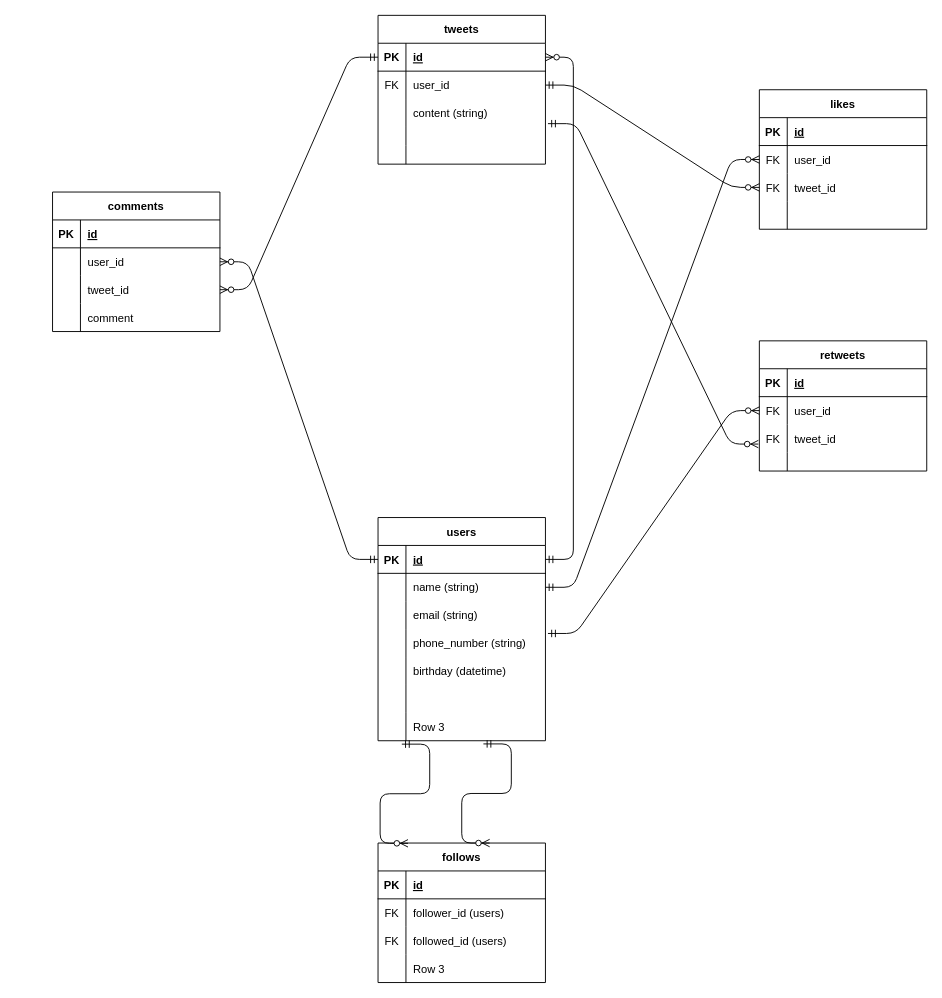
This is rails/x_clone.dio from yuuu1654/daily_report, a draw.io file, before an edit. Source tidied: cells renumbered, new cells numbered last; positions are measured from the earlier drawing's top-left corner, leaving out a move shared by most shapes. Both pictures are drawn from the tidied source at 93%, with x=0, y=0 at pixel (52, 15).
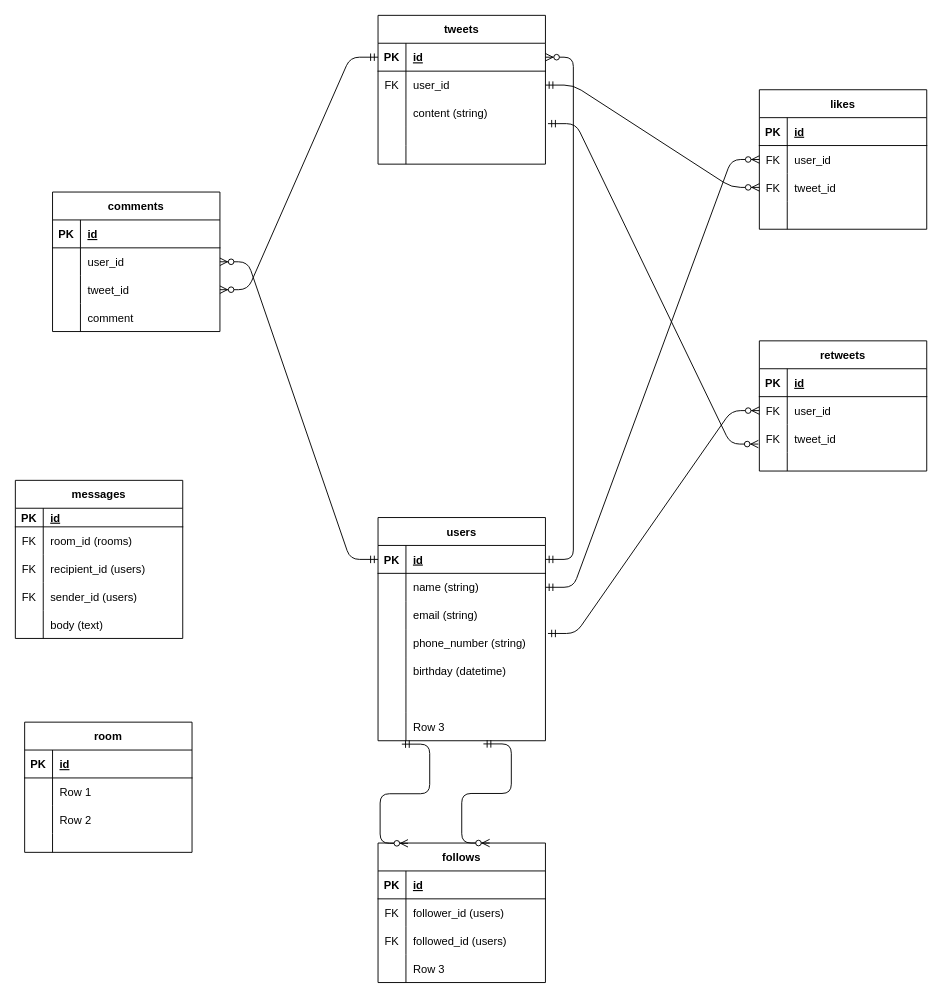
After the change.

What changed in the source:
```diff
@@
+    <mxCell id="101" value="messages" style="shape=table;startSize=30;childLayout=tableLayout;rowLines=0;fontStyle=1;align=center;" parent="1" vertex="1">
+      <mxGeometry x="-40" y="500" width="180" height="170" as="geometry" />
+    </mxCell>
+    <mxCell id="102" style="shape=tableRow;horizontal=0;startSize=0;swimlaneHead=0;swimlaneBody=0;fillColor=none;top=0;left=0;right=0;bottom=1;" parent="101" vertex="1">
+      <mxGeometry y="30" width="180" height="20" as="geometry" />
+    </mxCell>
+    <mxCell id="103" value="PK" style="shape=partialRectangle;fillColor=none;top=0;left=0;bottom=0;right=0;fontStyle=1;overflow=hidden;" parent="102" vertex="1">
+      <mxGeometry width="30" height="20" as="geometry" />
+    </mxCell>
+    <mxCell id="104" value="id" style="shape=partialRectangle;fillColor=none;top=0;left=0;bottom=0;right=0;align=left;spacingLeft=6;fontStyle=5;overflow=hidden;" parent="102" vertex="1">
+      <mxGeometry x="30" width="150" height="20" as="geometry" />
+    </mxCell>
+    <mxCell id="105" style="shape=tableRow;horizontal=0;startSize=0;swimlaneHead=0;swimlaneBody=0;fillColor=none;top=0;left=0;right=0;bottom=0;" parent="101" vertex="1">
+      <mxGeometry y="50" width="180" height="30" as="geometry" />
+    </mxCell>
+    <mxCell id="106" value="FK" style="shape=partialRectangle;fillColor=none;top=0;left=0;bottom=0;right=0;overflow=hidden;" parent="105" vertex="1">
+      <mxGeometry width="30" height="30" as="geometry" />
+    </mxCell>
+    <mxCell id="107" value="room_id (rooms)" style="shape=partialRectangle;fillColor=none;top=0;left=0;bottom=0;right=0;align=left;spacingLeft=6;overflow=hidden;" parent="105" vertex="1">
+      <mxGeometry x="30" width="150" height="30" as="geometry" />
+    </mxCell>
+    <mxCell id="108" style="shape=tableRow;horizontal=0;startSize=0;swimlaneHead=0;swimlaneBody=0;fillColor=none;top=0;left=0;right=0;bottom=0;" parent="101" vertex="1">
+      <mxGeometry y="80" width="180" height="30" as="geometry" />
+    </mxCell>
+    <mxCell id="109" value="FK" style="shape=partialRectangle;fillColor=none;top=0;left=0;bottom=0;right=0;overflow=hidden;" parent="108" vertex="1">
+      <mxGeometry width="30" height="30" as="geometry" />
+    </mxCell>
+    <mxCell id="110" value="recipient_id (users)" style="shape=partialRectangle;fillColor=none;top=0;left=0;bottom=0;right=0;align=left;spacingLeft=6;overflow=hidden;" parent="108" vertex="1">
+      <mxGeometry x="30" width="150" height="30" as="geometry" />
+    </mxCell>
+    <mxCell id="111" style="shape=tableRow;horizontal=0;startSize=0;swimlaneHead=0;swimlaneBody=0;fillColor=none;top=0;left=0;right=0;bottom=0;" parent="101" vertex="1">
+      <mxGeometry y="110" width="180" height="30" as="geometry" />
+    </mxCell>
+    <mxCell id="112" value="FK" style="shape=partialRectangle;fillColor=none;top=0;left=0;bottom=0;right=0;overflow=hidden;" parent="111" vertex="1">
+      <mxGeometry width="30" height="30" as="geometry" />
+    </mxCell>
+    <mxCell id="113" value="sender_id (users)" style="shape=partialRectangle;fillColor=none;top=0;left=0;bottom=0;right=0;align=left;spacingLeft=6;overflow=hidden;" parent="111" vertex="1">
+      <mxGeometry x="30" width="150" height="30" as="geometry" />
+    </mxCell>
+    <mxCell id="114" style="shape=tableRow;horizontal=0;startSize=0;swimlaneHead=0;swimlaneBody=0;fillColor=none;top=0;left=0;right=0;bottom=0;" parent="101" vertex="1">
+      <mxGeometry y="140" width="180" height="30" as="geometry" />
+    </mxCell>
+    <mxCell id="115" style="shape=partialRectangle;fillColor=none;top=0;left=0;bottom=0;right=0;overflow=hidden;" parent="114" vertex="1">
+      <mxGeometry width="30" height="30" as="geometry" />
+    </mxCell>
+    <mxCell id="116" value="body (text)" style="shape=partialRectangle;fillColor=none;top=0;left=0;bottom=0;right=0;align=left;spacingLeft=6;overflow=hidden;" parent="114" vertex="1">
+      <mxGeometry x="30" width="150" height="30" as="geometry" />
+    </mxCell>
@@
+    <mxCell id="117" value="room" style="shape=table;startSize=30;childLayout=tableLayout;rowLines=0;fontStyle=1;align=center;" parent="1" vertex="1">
+      <mxGeometry x="-30" y="760" width="180" height="140" as="geometry" />
+    </mxCell>
+    <mxCell id="118" style="shape=tableRow;horizontal=0;startSize=0;swimlaneHead=0;swimlaneBody=0;fillColor=none;top=0;left=0;right=0;bottom=1;" parent="117" vertex="1">
+      <mxGeometry y="30" width="180" height="30" as="geometry" />
+    </mxCell>
+    <mxCell id="119" value="PK" style="shape=partialRectangle;fillColor=none;top=0;left=0;bottom=0;right=0;fontStyle=1;overflow=hidden;" parent="118" vertex="1">
+      <mxGeometry width="30" height="30" as="geometry" />
+    </mxCell>
+    <mxCell id="120" value="id" style="shape=partialRectangle;fillColor=none;top=0;left=0;bottom=0;right=0;align=left;spacingLeft=6;fontStyle=5;overflow=hidden;" parent="118" vertex="1">
+      <mxGeometry x="30" width="150" height="30" as="geometry" />
+    </mxCell>
+    <mxCell id="121" style="shape=tableRow;horizontal=0;startSize=0;swimlaneHead=0;swimlaneBody=0;fillColor=none;top=0;left=0;right=0;bottom=0;" parent="117" vertex="1">
+      <mxGeometry y="60" width="180" height="30" as="geometry" />
+    </mxCell>
+    <mxCell id="122" style="shape=partialRectangle;fillColor=none;top=0;left=0;bottom=0;right=0;overflow=hidden;" parent="121" vertex="1">
+      <mxGeometry width="30" height="30" as="geometry" />
+    </mxCell>
+    <mxCell id="123" value="Row 1" style="shape=partialRectangle;fillColor=none;top=0;left=0;bottom=0;right=0;align=left;spacingLeft=6;overflow=hidden;" parent="121" vertex="1">
+      <mxGeometry x="30" width="150" height="30" as="geometry" />
+    </mxCell>
+    <mxCell id="124" style="shape=tableRow;horizontal=0;startSize=0;swimlaneHead=0;swimlaneBody=0;fillColor=none;top=0;left=0;right=0;bottom=0;" parent="117" vertex="1">
+      <mxGeometry y="90" width="180" height="30" as="geometry" />
+    </mxCell>
+    <mxCell id="125" style="shape=partialRectangle;fillColor=none;top=0;left=0;bottom=0;right=0;overflow=hidden;" parent="124" vertex="1">
+      <mxGeometry width="30" height="30" as="geometry" />
+    </mxCell>
+    <mxCell id="126" value="Row 2" style="shape=partialRectangle;fillColor=none;top=0;left=0;bottom=0;right=0;align=left;spacingLeft=6;overflow=hidden;" parent="124" vertex="1">
+      <mxGeometry x="30" width="150" height="30" as="geometry" />
+    </mxCell>
+    <mxCell id="127" style="shape=tableRow;horizontal=0;startSize=0;swimlaneHead=0;swimlaneBody=0;fillColor=none;top=0;left=0;right=0;bottom=0;" parent="117" vertex="1">
+      <mxGeometry y="120" width="180" height="20" as="geometry" />
+    </mxCell>
+    <mxCell id="128" style="shape=partialRectangle;fillColor=none;top=0;left=0;bottom=0;right=0;overflow=hidden;" parent="127" vertex="1">
+      <mxGeometry width="30" height="20" as="geometry" />
+    </mxCell>
+    <mxCell id="129" style="shape=partialRectangle;fillColor=none;top=0;left=0;bottom=0;right=0;align=left;spacingLeft=6;overflow=hidden;" parent="127" vertex="1">
+      <mxGeometry x="30" width="150" height="20" as="geometry" />
+    </mxCell>
```
